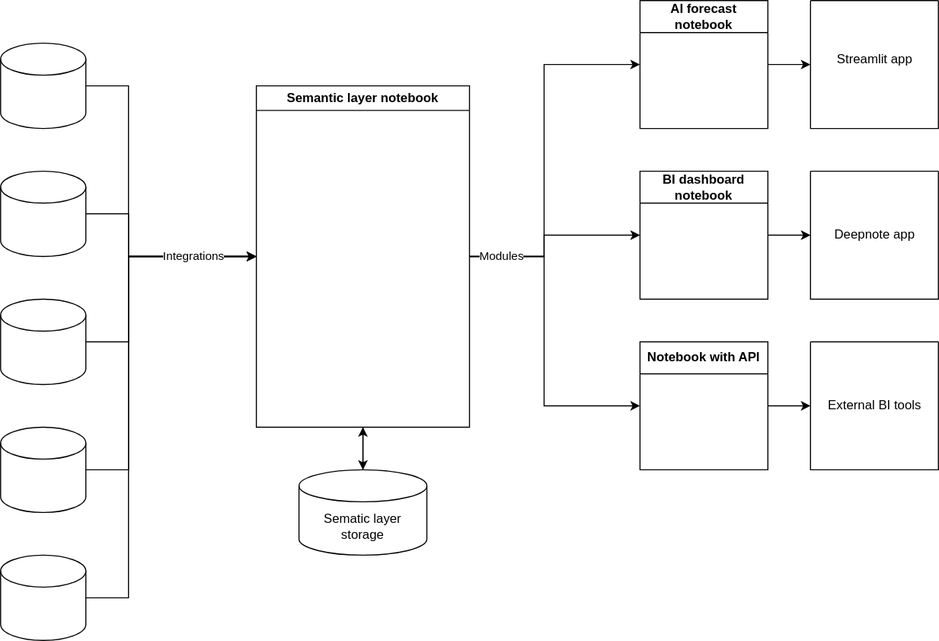
Before: semantic-layer-deepnote.drawio.svg, a diagram exported from draw.io (Yggdrasill501/semantic-layer). Source tidied: cells renumbered, new cells last; positions are measured from the earlier drawing's top-left corner, leaving out a move shared by most shapes. The source it was exported from:
```xml
<mxGraphModel>
  <root>
    <mxCell id="0" />
    <mxCell id="1" parent="0" />
    <mxCell id="2" style="edgeStyle=orthogonalEdgeStyle;rounded=0;jettySize=auto;html=1;exitX=1;exitY=0.5;exitDx=0;exitDy=0;exitPerimeter=0;entryX=0;entryY=0.5;entryDx=0;entryDy=0;" parent="1" edge="1" source="3" target="17">
      <mxGeometry relative="1" as="geometry">
        <Array as="points">
          <mxPoint x="120" y="80" />
          <mxPoint x="120" y="240" />
        </Array>
      </mxGeometry>
    </mxCell>
    <mxCell id="3" style="shape=cylinder3;whiteSpace=wrap;html=1;boundedLbl=1;backgroundOutline=1;size=15;" parent="1" vertex="1">
      <mxGeometry y="40" width="80" height="80" as="geometry" />
    </mxCell>
    <mxCell id="4" style="edgeStyle=orthogonalEdgeStyle;rounded=0;jettySize=auto;html=1;exitX=1;exitY=0.5;exitDx=0;exitDy=0;exitPerimeter=0;entryX=0;entryY=0.5;entryDx=0;entryDy=0;" parent="1" edge="1" source="5" target="17">
      <mxGeometry relative="1" as="geometry">
        <Array as="points">
          <mxPoint x="120" y="200" />
          <mxPoint x="120" y="240" />
        </Array>
      </mxGeometry>
    </mxCell>
    <mxCell id="5" style="shape=cylinder3;whiteSpace=wrap;html=1;boundedLbl=1;backgroundOutline=1;size=15;" parent="1" vertex="1">
      <mxGeometry y="160" width="80" height="80" as="geometry" />
    </mxCell>
    <mxCell id="6" style="edgeStyle=orthogonalEdgeStyle;rounded=0;jettySize=auto;html=1;exitX=1;exitY=0.5;exitDx=0;exitDy=0;exitPerimeter=0;entryX=0;entryY=0.5;entryDx=0;entryDy=0;" parent="1" edge="1" source="7" target="17">
      <mxGeometry relative="1" as="geometry">
        <Array as="points">
          <mxPoint x="120" y="320" />
          <mxPoint x="120" y="240" />
        </Array>
      </mxGeometry>
    </mxCell>
    <mxCell id="7" style="shape=cylinder3;whiteSpace=wrap;html=1;boundedLbl=1;backgroundOutline=1;size=15;" parent="1" vertex="1">
      <mxGeometry y="280" width="80" height="80" as="geometry" />
    </mxCell>
    <mxCell id="8" style="edgeStyle=orthogonalEdgeStyle;rounded=0;jettySize=auto;html=1;exitX=1;exitY=0.5;exitDx=0;exitDy=0;exitPerimeter=0;entryX=0;entryY=0.5;entryDx=0;entryDy=0;" parent="1" edge="1" source="9" target="17">
      <mxGeometry relative="1" as="geometry">
        <Array as="points">
          <mxPoint x="120" y="440" />
          <mxPoint x="120" y="240" />
        </Array>
      </mxGeometry>
    </mxCell>
    <mxCell id="9" style="shape=cylinder3;whiteSpace=wrap;html=1;boundedLbl=1;backgroundOutline=1;size=15;" parent="1" vertex="1">
      <mxGeometry y="400" width="80" height="80" as="geometry" />
    </mxCell>
    <mxCell id="10" style="edgeStyle=orthogonalEdgeStyle;rounded=0;jettySize=auto;html=1;exitX=1;exitY=0.5;exitDx=0;exitDy=0;exitPerimeter=0;entryX=0;entryY=0.5;entryDx=0;entryDy=0;" parent="1" edge="1" source="12" target="17">
      <mxGeometry relative="1" as="geometry">
        <Array as="points">
          <mxPoint x="120" y="560" />
          <mxPoint x="120" y="240" />
        </Array>
      </mxGeometry>
    </mxCell>
    <mxCell id="11" value="Integrations" style="edgeLabel;html=1;align=center;verticalAlign=middle;" parent="10" vertex="1">
      <mxGeometry x="0.73" y="3" relative="1" as="geometry">
        <mxPoint x="5" y="3" as="offset" />
      </mxGeometry>
    </mxCell>
    <mxCell id="12" style="shape=cylinder3;whiteSpace=wrap;html=1;boundedLbl=1;backgroundOutline=1;size=15;" parent="1" vertex="1">
      <mxGeometry y="520" width="80" height="80" as="geometry" />
    </mxCell>
    <mxCell id="13" style="edgeStyle=orthogonalEdgeStyle;rounded=0;jettySize=auto;html=1;exitX=1;exitY=0.5;exitDx=0;exitDy=0;entryX=0;entryY=0.5;entryDx=0;entryDy=0;" parent="1" edge="1" source="17" target="21">
      <mxGeometry relative="1" as="geometry">
        <Array as="points">
          <mxPoint x="510" y="240" />
          <mxPoint x="510" y="60" />
        </Array>
      </mxGeometry>
    </mxCell>
    <mxCell id="14" style="edgeStyle=orthogonalEdgeStyle;rounded=0;jettySize=auto;html=1;exitX=1;exitY=0.5;exitDx=0;exitDy=0;entryX=0;entryY=0.5;entryDx=0;entryDy=0;" parent="1" edge="1" source="17" target="25">
      <mxGeometry relative="1" as="geometry">
        <Array as="points">
          <mxPoint x="510" y="240" />
          <mxPoint x="510" y="380" />
        </Array>
      </mxGeometry>
    </mxCell>
    <mxCell id="15" style="edgeStyle=orthogonalEdgeStyle;rounded=0;jettySize=auto;html=1;exitX=1;exitY=0.5;exitDx=0;exitDy=0;entryX=0;entryY=0.5;entryDx=0;entryDy=0;" parent="1" edge="1" source="17" target="23">
      <mxGeometry relative="1" as="geometry">
        <Array as="points">
          <mxPoint x="510" y="240" />
          <mxPoint x="510" y="220" />
        </Array>
      </mxGeometry>
    </mxCell>
    <mxCell id="16" value="Modules" style="edgeLabel;html=1;align=center;verticalAlign=middle;" parent="15" vertex="1">
      <mxGeometry x="-0.83" y="-1" relative="1" as="geometry">
        <mxPoint x="15" y="-1" as="offset" />
      </mxGeometry>
    </mxCell>
    <mxCell id="17" value="Semantic layer notebook" style="swimlane;whiteSpace=wrap;html=1;" parent="1" vertex="1">
      <mxGeometry x="240" y="80" width="200" height="320" as="geometry" />
    </mxCell>
    <mxCell id="18" style="edgeStyle=orthogonalEdgeStyle;rounded=0;jettySize=auto;html=1;exitX=0.5;exitY=0;exitDx=0;exitDy=0;exitPerimeter=0;entryX=0.5;entryY=1;entryDx=0;entryDy=0;" parent="1" edge="1" source="19" target="17">
      <mxGeometry relative="1" as="geometry" />
    </mxCell>
    <mxCell id="19" value="Sematic layer&lt;div&gt;storage&lt;/div&gt;" style="shape=cylinder3;whiteSpace=wrap;html=1;boundedLbl=1;backgroundOutline=1;size=15;" parent="1" vertex="1">
      <mxGeometry x="280" y="440" width="120" height="80" as="geometry" />
    </mxCell>
    <mxCell id="20" style="edgeStyle=orthogonalEdgeStyle;rounded=0;jettySize=auto;html=1;exitX=1;exitY=0.5;exitDx=0;exitDy=0;entryX=0;entryY=0.5;entryDx=0;entryDy=0;" parent="1" edge="1" source="21" target="27">
      <mxGeometry relative="1" as="geometry" />
    </mxCell>
    <mxCell id="21" value="AI forecast notebook" style="swimlane;whiteSpace=wrap;html=1;startSize=30;" parent="1" vertex="1">
      <mxGeometry x="600" width="120" height="120" as="geometry" />
    </mxCell>
    <mxCell id="22" style="edgeStyle=orthogonalEdgeStyle;rounded=0;jettySize=auto;html=1;exitX=1;exitY=0.5;exitDx=0;exitDy=0;entryX=0;entryY=0.5;entryDx=0;entryDy=0;" parent="1" edge="1" source="23" target="29">
      <mxGeometry relative="1" as="geometry" />
    </mxCell>
    <mxCell id="23" value="BI dashboard notebook" style="swimlane;whiteSpace=wrap;html=1;startSize=30;" parent="1" vertex="1">
      <mxGeometry x="600" y="160" width="120" height="120" as="geometry" />
    </mxCell>
    <mxCell id="24" style="edgeStyle=orthogonalEdgeStyle;rounded=0;jettySize=auto;html=1;exitX=1;exitY=0.5;exitDx=0;exitDy=0;entryX=0;entryY=0.5;entryDx=0;entryDy=0;" parent="1" edge="1" source="25" target="31">
      <mxGeometry relative="1" as="geometry" />
    </mxCell>
    <mxCell id="25" value="Notebook with API" style="swimlane;whiteSpace=wrap;html=1;startSize=30;" parent="1" vertex="1">
      <mxGeometry x="600" y="320" width="120" height="120" as="geometry" />
    </mxCell>
    <mxCell id="26" style="edgeStyle=orthogonalEdgeStyle;rounded=0;jettySize=auto;html=1;entryX=0.5;entryY=0;entryDx=0;entryDy=0;entryPerimeter=0;" parent="1" edge="1" source="17" target="19">
      <mxGeometry relative="1" as="geometry" />
    </mxCell>
    <mxCell id="27" style="swimlane;startSize=0;" parent="1" vertex="1">
      <mxGeometry x="760" width="120" height="120" as="geometry" />
    </mxCell>
    <mxCell id="28" value="Streamlit app" style="text;html=1;align=center;verticalAlign=middle;strokeColor=none;fillColor=none;" parent="27" vertex="1">
      <mxGeometry x="15" y="40" width="90" height="30" as="geometry" />
    </mxCell>
    <mxCell id="29" style="swimlane;startSize=0;" parent="1" vertex="1">
      <mxGeometry x="760" y="160" width="120" height="120" as="geometry" />
    </mxCell>
    <mxCell id="30" value="Deepnote app" style="text;html=1;align=center;verticalAlign=middle;strokeColor=none;fillColor=none;" parent="29" vertex="1">
      <mxGeometry x="10" y="45" width="100" height="30" as="geometry" />
    </mxCell>
    <mxCell id="31" style="swimlane;startSize=0;" parent="1" vertex="1">
      <mxGeometry x="760" y="320" width="120" height="120" as="geometry" />
    </mxCell>
    <mxCell id="32" value="External BI tools" style="text;html=1;align=center;verticalAlign=middle;strokeColor=none;fillColor=none;" parent="31" vertex="1">
      <mxGeometry x="5" y="45" width="110" height="30" as="geometry" />
    </mxCell>
  </root>
</mxGraphModel>
```
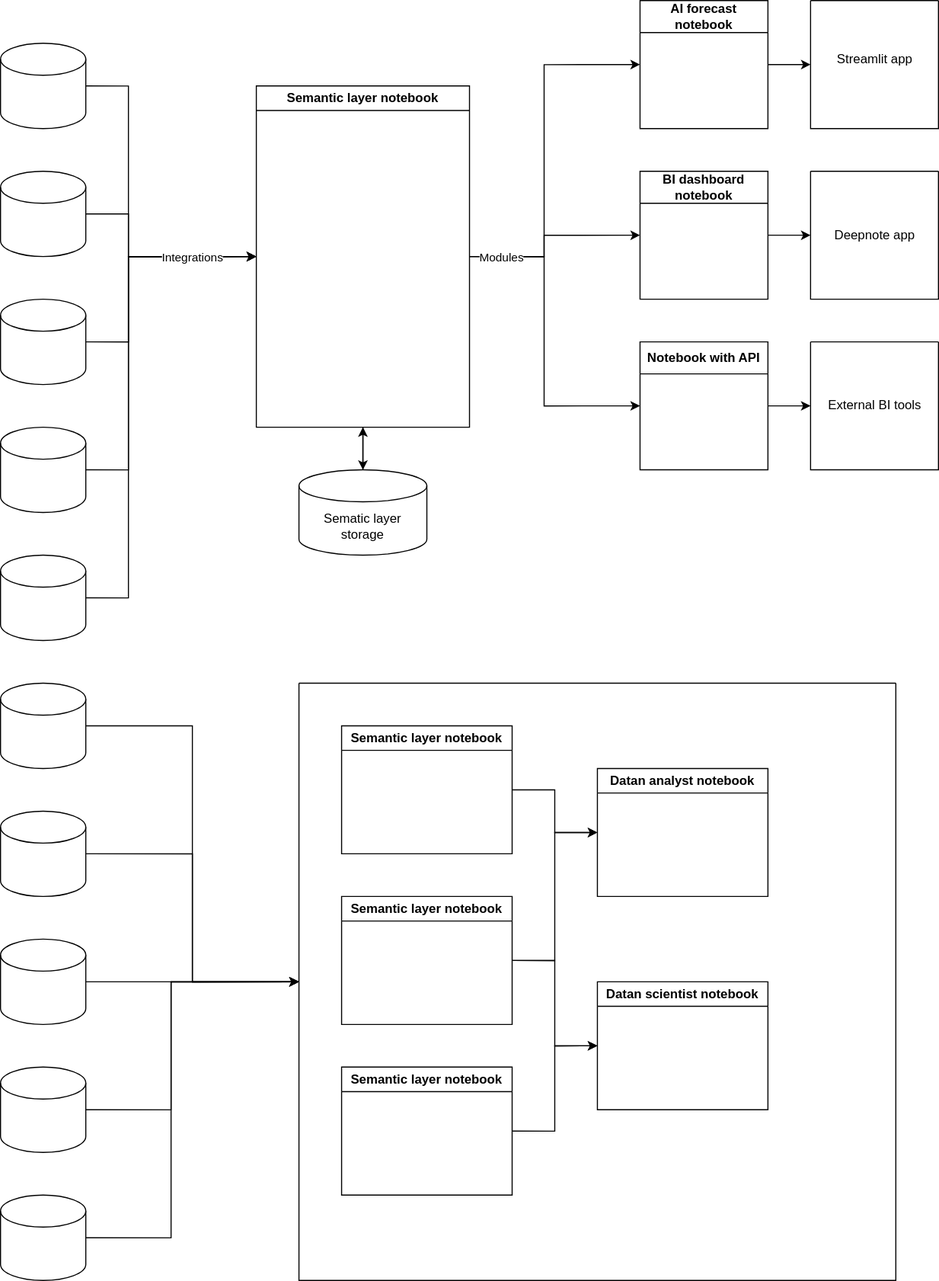
The same file after the commit.

The edit, as a diff of the source:
```diff
@@ -139,5 +139,75 @@
     <mxCell id="32" value="External BI tools" style="text;html=1;align=center;verticalAlign=middle;strokeColor=none;fillColor=none;" parent="31" vertex="1">
       <mxGeometry x="5" y="45" width="110" height="30" as="geometry" />
     </mxCell>
+    <mxCell id="33" style="edgeStyle=orthogonalEdgeStyle;rounded=0;jettySize=auto;html=1;exitX=1;exitY=0.5;exitDx=0;exitDy=0;exitPerimeter=0;" parent="1" edge="1" source="34" target="43">
+      <mxGeometry relative="1" as="geometry" />
+    </mxCell>
+    <mxCell id="34" style="shape=cylinder3;whiteSpace=wrap;html=1;boundedLbl=1;backgroundOutline=1;size=15;" parent="1" vertex="1">
+      <mxGeometry y="640" width="80" height="80" as="geometry" />
+    </mxCell>
+    <mxCell id="35" style="edgeStyle=orthogonalEdgeStyle;rounded=0;jettySize=auto;html=1;exitX=1;exitY=0.5;exitDx=0;exitDy=0;exitPerimeter=0;entryX=0;entryY=0.5;entryDx=0;entryDy=0;" parent="1" edge="1" source="36" target="43">
+      <mxGeometry relative="1" as="geometry" />
+    </mxCell>
+    <mxCell id="36" style="shape=cylinder3;whiteSpace=wrap;html=1;boundedLbl=1;backgroundOutline=1;size=15;" parent="1" vertex="1">
+      <mxGeometry y="760" width="80" height="80" as="geometry" />
+    </mxCell>
+    <mxCell id="37" style="edgeStyle=orthogonalEdgeStyle;rounded=0;jettySize=auto;html=1;exitX=1;exitY=0.5;exitDx=0;exitDy=0;exitPerimeter=0;entryX=0;entryY=0.5;entryDx=0;entryDy=0;" parent="1" edge="1" source="38" target="43">
+      <mxGeometry relative="1" as="geometry" />
+    </mxCell>
+    <mxCell id="38" style="shape=cylinder3;whiteSpace=wrap;html=1;boundedLbl=1;backgroundOutline=1;size=15;" parent="1" vertex="1">
+      <mxGeometry y="880" width="80" height="80" as="geometry" />
+    </mxCell>
+    <mxCell id="39" style="edgeStyle=orthogonalEdgeStyle;rounded=0;jettySize=auto;html=1;exitX=1;exitY=0.5;exitDx=0;exitDy=0;exitPerimeter=0;entryX=0;entryY=0.5;entryDx=0;entryDy=0;" parent="1" edge="1" source="40" target="43">
+      <mxGeometry relative="1" as="geometry">
+        <Array as="points">
+          <mxPoint x="160" y="1040" />
+          <mxPoint x="160" y="920" />
+        </Array>
+      </mxGeometry>
+    </mxCell>
+    <mxCell id="40" style="shape=cylinder3;whiteSpace=wrap;html=1;boundedLbl=1;backgroundOutline=1;size=15;" parent="1" vertex="1">
+      <mxGeometry y="1000" width="80" height="80" as="geometry" />
+    </mxCell>
+    <mxCell id="41" style="edgeStyle=orthogonalEdgeStyle;rounded=0;jettySize=auto;html=1;exitX=1;exitY=0.5;exitDx=0;exitDy=0;exitPerimeter=0;entryX=0;entryY=0.5;entryDx=0;entryDy=0;" parent="1" edge="1" source="42" target="43">
+      <mxGeometry relative="1" as="geometry">
+        <Array as="points">
+          <mxPoint x="160" y="1160" />
+          <mxPoint x="160" y="920" />
+        </Array>
+      </mxGeometry>
+    </mxCell>
+    <mxCell id="42" style="shape=cylinder3;whiteSpace=wrap;html=1;boundedLbl=1;backgroundOutline=1;size=15;" parent="1" vertex="1">
+      <mxGeometry y="1120" width="80" height="80" as="geometry" />
+    </mxCell>
+    <mxCell id="43" style="swimlane;startSize=0;" parent="1" vertex="1">
+      <mxGeometry x="280" y="640" width="560" height="560" as="geometry" />
+    </mxCell>
+    <mxCell id="44" style="edgeStyle=orthogonalEdgeStyle;rounded=0;jettySize=auto;html=1;exitX=1;exitY=0.5;exitDx=0;exitDy=0;entryX=0;entryY=0.5;entryDx=0;entryDy=0;" parent="43" edge="1" source="45" target="51">
+      <mxGeometry relative="1" as="geometry" />
+    </mxCell>
+    <mxCell id="45" value="Semantic layer notebook" style="swimlane;whiteSpace=wrap;html=1;" parent="43" vertex="1">
+      <mxGeometry x="40" y="40" width="160" height="120" as="geometry" />
+    </mxCell>
+    <mxCell id="46" style="edgeStyle=orthogonalEdgeStyle;rounded=0;jettySize=auto;html=1;exitX=1;exitY=0.5;exitDx=0;exitDy=0;entryX=0;entryY=0.5;entryDx=0;entryDy=0;" parent="43" edge="1" source="48" target="51">
+      <mxGeometry relative="1" as="geometry" />
+    </mxCell>
+    <mxCell id="47" style="edgeStyle=orthogonalEdgeStyle;rounded=0;jettySize=auto;html=1;exitX=1;exitY=0.5;exitDx=0;exitDy=0;entryX=0;entryY=0.5;entryDx=0;entryDy=0;" parent="43" edge="1" source="48" target="52">
+      <mxGeometry relative="1" as="geometry" />
+    </mxCell>
+    <mxCell id="48" value="Semantic layer notebook" style="swimlane;whiteSpace=wrap;html=1;" parent="43" vertex="1">
+      <mxGeometry x="40" y="200" width="160" height="120" as="geometry" />
+    </mxCell>
+    <mxCell id="49" style="edgeStyle=orthogonalEdgeStyle;rounded=0;jettySize=auto;html=1;exitX=1;exitY=0.5;exitDx=0;exitDy=0;entryX=0;entryY=0.5;entryDx=0;entryDy=0;" parent="43" edge="1" source="50" target="52">
+      <mxGeometry relative="1" as="geometry" />
+    </mxCell>
+    <mxCell id="50" value="Semantic layer notebook" style="swimlane;whiteSpace=wrap;html=1;" parent="43" vertex="1">
+      <mxGeometry x="40" y="360" width="160" height="120" as="geometry" />
+    </mxCell>
+    <mxCell id="51" value="Datan analyst notebook" style="swimlane;whiteSpace=wrap;html=1;" parent="43" vertex="1">
+      <mxGeometry x="280" y="80" width="160" height="120" as="geometry" />
+    </mxCell>
+    <mxCell id="52" value="Datan scientist notebook" style="swimlane;whiteSpace=wrap;html=1;" parent="43" vertex="1">
+      <mxGeometry x="280" y="280" width="160" height="120" as="geometry" />
+    </mxCell>
   </root>
 </mxGraphModel>
```
